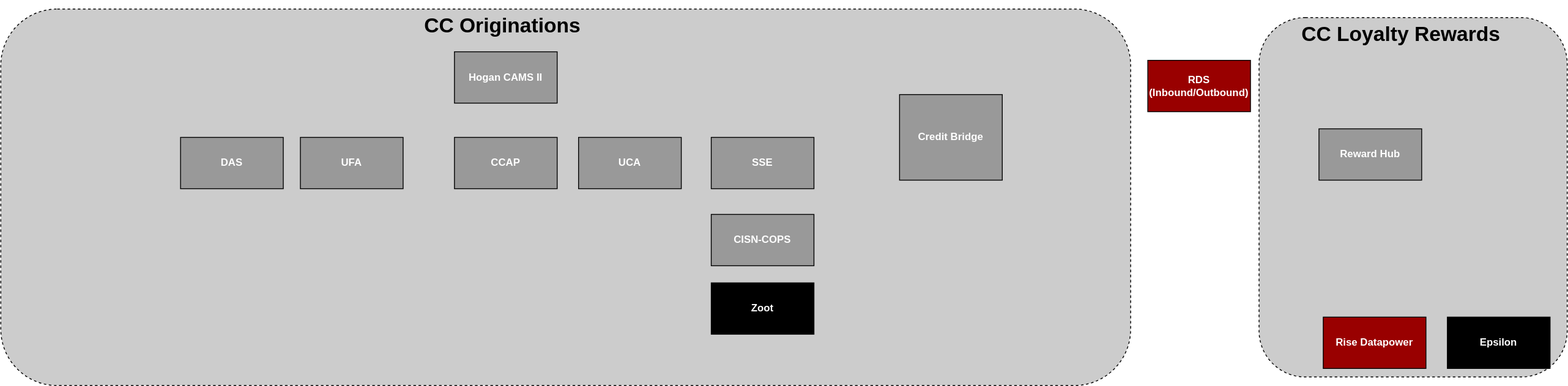
The draw.io diagram Work Samples/WF/Cards Product Architecture.drawio.svg in uchiharizvi/design-diagrams, before a commit. Source tidied: cells renumbered, new cells last; positions are measured from the earlier drawing's top-left corner, leaving out a move shared by most shapes. Its diagram source:
```xml
<mxGraphModel>
  <root>
    <mxCell id="0" />
    <mxCell id="1" parent="0" />
    <mxCell id="2" style="rounded=1;whiteSpace=wrap;html=1;dashed=1;fillColor=#CCCCCC;" parent="1" vertex="1">
      <mxGeometry x="1470" y="10" width="360" height="420" as="geometry" />
    </mxCell>
    <mxCell id="3" value="&lt;h1&gt;CC Loyalty Rewards&lt;/h1&gt;" style="text;html=1;spacing=5;spacingTop=-20;whiteSpace=wrap;overflow=hidden;rounded=0;" parent="1" vertex="1">
      <mxGeometry x="1515" y="10" width="260" height="40" as="geometry" />
    </mxCell>
    <mxCell id="4" value="Reward Hub" style="rounded=0;whiteSpace=wrap;html=1;fillColor=#999999;fontStyle=1;fontColor=#FFFFFF;" parent="1" vertex="1">
      <mxGeometry x="1540" y="140" width="120" height="60" as="geometry" />
    </mxCell>
    <mxCell id="5" value="Rise Datapower" style="rounded=0;whiteSpace=wrap;html=1;fillColor=#990000;fontStyle=1;fontColor=#FFFFFF;" parent="1" vertex="1">
      <mxGeometry x="1545" y="360" width="120" height="60" as="geometry" />
    </mxCell>
    <mxCell id="6" value="Epsilon" style="rounded=0;whiteSpace=wrap;html=1;fillColor=#000000;fontStyle=1;fontColor=#FFFFFF;" parent="1" vertex="1">
      <mxGeometry x="1690" y="360" width="120" height="60" as="geometry" />
    </mxCell>
    <mxCell id="7" value="RDS (Inbound/Outbound)" style="rounded=0;whiteSpace=wrap;html=1;fillColor=#990000;fontStyle=1;fontColor=#FFFFFF;" parent="1" vertex="1">
      <mxGeometry x="1340" y="60" width="120" height="60" as="geometry" />
    </mxCell>
    <mxCell id="8" style="rounded=1;whiteSpace=wrap;html=1;dashed=1;fillColor=#CCCCCC;" parent="1" vertex="1">
      <mxGeometry width="1320" height="440" as="geometry" />
    </mxCell>
    <mxCell id="9" value="&lt;h1&gt;CC Originations&lt;/h1&gt;" style="text;html=1;spacing=5;spacingTop=-20;whiteSpace=wrap;overflow=hidden;rounded=0;" parent="1" vertex="1">
      <mxGeometry x="490" width="200" height="40" as="geometry" />
    </mxCell>
    <mxCell id="10" value="Hogan CAMS II" style="rounded=0;whiteSpace=wrap;html=1;fillColor=#999999;fontStyle=1;fontColor=#FFFFFF;" parent="1" vertex="1">
      <mxGeometry x="530" y="50" width="120" height="60" as="geometry" />
    </mxCell>
    <mxCell id="11" value="DAS" style="rounded=0;whiteSpace=wrap;html=1;fillColor=#999999;fontStyle=1;fontColor=#FFFFFF;" parent="1" vertex="1">
      <mxGeometry x="210" y="150" width="120" height="60" as="geometry" />
    </mxCell>
    <mxCell id="12" value="UFA" style="rounded=0;whiteSpace=wrap;html=1;fillColor=#999999;fontStyle=1;fontColor=#FFFFFF;" parent="1" vertex="1">
      <mxGeometry x="350" y="150" width="120" height="60" as="geometry" />
    </mxCell>
    <mxCell id="13" value="CCAP" style="rounded=0;whiteSpace=wrap;html=1;fillColor=#999999;fontStyle=1;fontColor=#FFFFFF;" parent="1" vertex="1">
      <mxGeometry x="530" y="150" width="120" height="60" as="geometry" />
    </mxCell>
    <mxCell id="14" value="UCA" style="rounded=0;whiteSpace=wrap;html=1;fillColor=#999999;fontStyle=1;fontColor=#FFFFFF;" parent="1" vertex="1">
      <mxGeometry x="675" y="150" width="120" height="60" as="geometry" />
    </mxCell>
    <mxCell id="15" value="SSE" style="rounded=0;whiteSpace=wrap;html=1;fillColor=#999999;fontStyle=1;fontColor=#FFFFFF;" parent="1" vertex="1">
      <mxGeometry x="830" y="150" width="120" height="60" as="geometry" />
    </mxCell>
    <mxCell id="16" value="Credit Bridge" style="rounded=0;whiteSpace=wrap;html=1;fillColor=#999999;fontStyle=1;fontColor=#FFFFFF;" parent="1" vertex="1">
      <mxGeometry x="1050" y="100" width="120" height="100" as="geometry" />
    </mxCell>
    <mxCell id="17" value="CISN-COPS" style="rounded=0;whiteSpace=wrap;html=1;fillColor=#999999;fontStyle=1;fontColor=#FFFFFF;" parent="1" vertex="1">
      <mxGeometry x="830" y="240" width="120" height="60" as="geometry" />
    </mxCell>
    <mxCell id="18" value="Zoot" style="rounded=0;whiteSpace=wrap;html=1;fillColor=#000000;fontStyle=1;fontColor=#FFFFFF;" parent="1" vertex="1">
      <mxGeometry x="830" y="320" width="120" height="60" as="geometry" />
    </mxCell>
  </root>
</mxGraphModel>
```
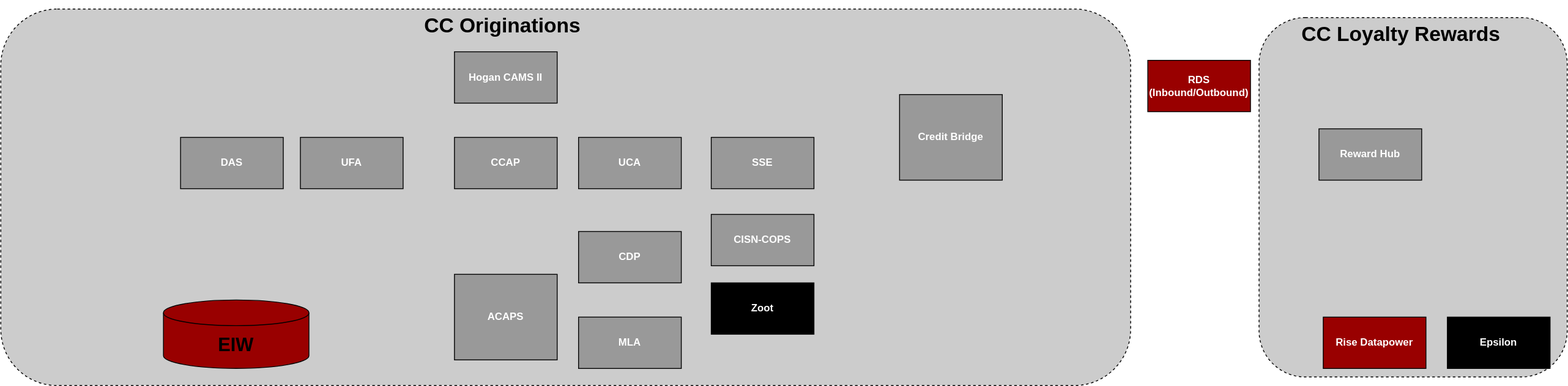
Above is the later version.

Change to the diagram source:
```diff
@@ -53,5 +53,17 @@
     <mxCell id="18" value="Zoot" style="rounded=0;whiteSpace=wrap;html=1;fillColor=#000000;fontStyle=1;fontColor=#FFFFFF;" parent="1" vertex="1">
       <mxGeometry x="830" y="320" width="120" height="60" as="geometry" />
     </mxCell>
+    <mxCell id="19" value="ACAPS" style="rounded=0;whiteSpace=wrap;html=1;fillColor=#999999;fontStyle=1;fontColor=#FFFFFF;" parent="1" vertex="1">
+      <mxGeometry x="530" y="310" width="120" height="100" as="geometry" />
+    </mxCell>
+    <mxCell id="20" value="CDP" style="rounded=0;whiteSpace=wrap;html=1;fillColor=#999999;fontStyle=1;fontColor=#FFFFFF;" parent="1" vertex="1">
+      <mxGeometry x="675" y="260" width="120" height="60" as="geometry" />
+    </mxCell>
+    <mxCell id="21" value="MLA" style="rounded=0;whiteSpace=wrap;html=1;fillColor=#999999;fontStyle=1;fontColor=#FFFFFF;" parent="1" vertex="1">
+      <mxGeometry x="675" y="360" width="120" height="60" as="geometry" />
+    </mxCell>
+    <mxCell id="22" value="&lt;b&gt;&lt;font style=&quot;font-size: 22px;&quot;&gt;EIW&lt;/font&gt;&lt;/b&gt;" style="shape=cylinder3;whiteSpace=wrap;html=1;boundedLbl=1;backgroundOutline=1;size=15;shadow=0;gradientColor=none;fillColor=#990000;" parent="1" vertex="1">
+      <mxGeometry x="190" y="340" width="170" height="80" as="geometry" />
+    </mxCell>
   </root>
 </mxGraphModel>
```
